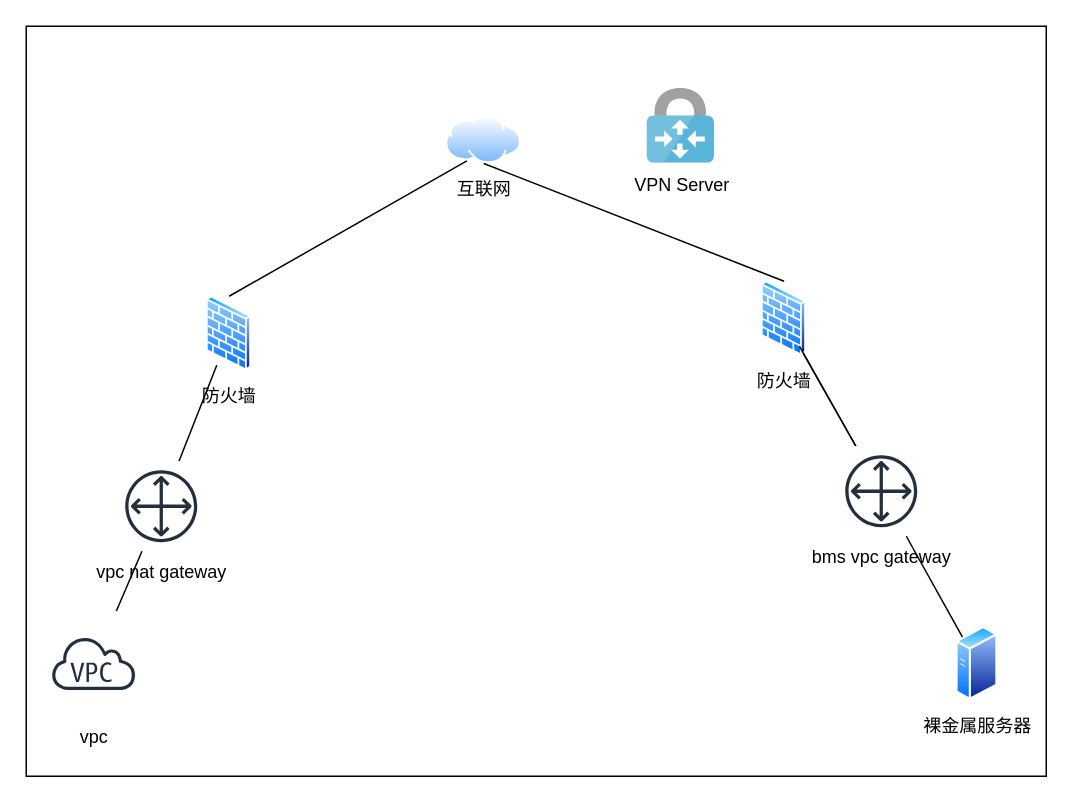
The draw.io diagram page "网络拓扑" (1 of 2) of docs/vpcBmsNetwork.drawio in lucheng0127/vpcBmsNetwork, before the edit. Source tidied: cells renumbered, new cells numbered last; positions are measured from the earlier drawing's top-left corner, leaving out a move shared by most shapes. Both pictures are drawn from the tidied source at 150%, with x=0, y=0 at pixel (26, 26).
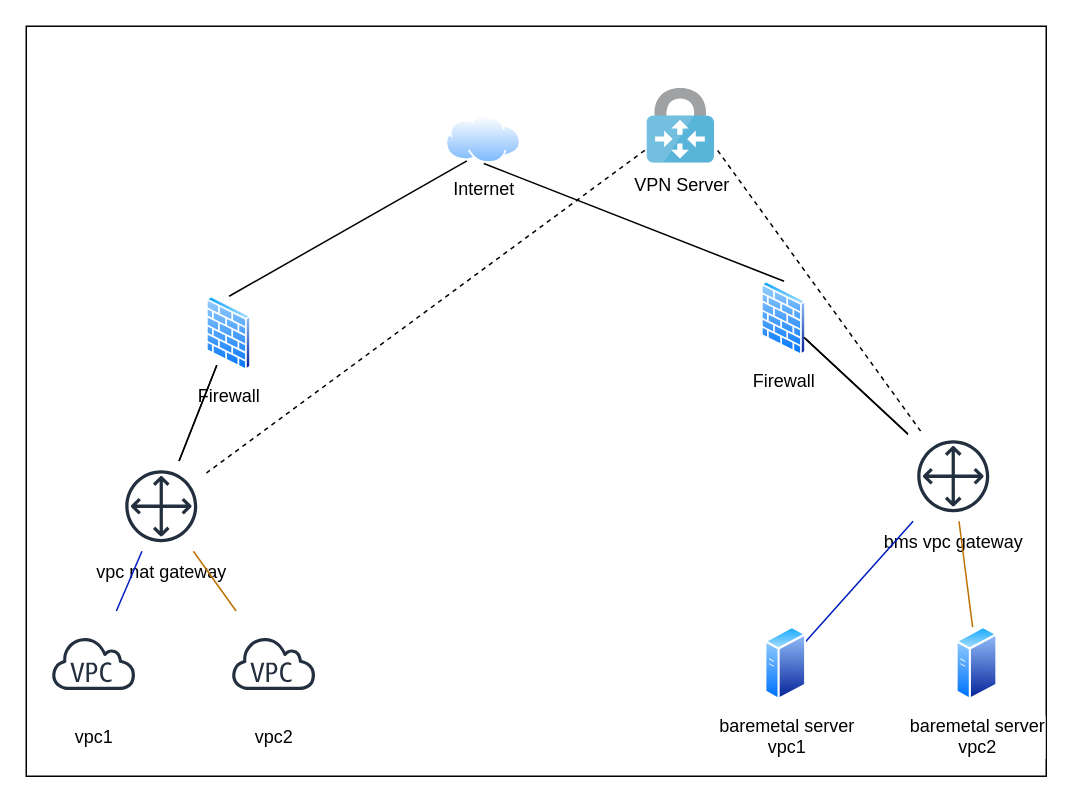
Above is the later version.

The change refers to these unchanged cells:
```xml
<mxCell id="11" value="vpc nat gateway" style="sketch=0;outlineConnect=0;fontColor=#000000;gradientColor=none;strokeColor=#232F3E;fillColor=#ffffff;dashed=0;verticalLabelPosition=bottom;verticalAlign=top;align=center;html=1;fontSize=12;fontStyle=0;shape=mxgraph.aws4.resourceIcon;resIcon=mxgraph.aws4.customer_gateway;labelBackgroundColor=none;" parent="1" vertex="1">
  <mxGeometry x="60" y="290" width="60" height="60" as="geometry" />
</mxCell>
```

Change to the diagram source:
```diff
@@
-    <mxCell id="4" value="防火墙" style="perimeter=ellipsePerimeter;html=1;align=center;shadow=0;dashed=0;spacingTop=3;image;image=img/lib/active_directory/firewall.svg;" parent="1" vertex="1">
+    <mxCell id="4" value="Firewall" style="perimeter=ellipsePerimeter;html=1;align=center;shadow=0;dashed=0;spacingTop=3;image;image=img/lib/active_directory/firewall.svg;" parent="1" vertex="1">
       <mxGeometry x="120" y="180" width="30.5" height="50" as="geometry" />
     </mxCell>
@@
-    <mxCell id="7" value="防火墙" style="perimeter=ellipsePerimeter;html=1;align=center;shadow=0;dashed=0;spacingTop=3;image;image=img/lib/active_directory/firewall.svg;" parent="1" vertex="1">
+    <mxCell id="7" value="Firewall" style="perimeter=ellipsePerimeter;html=1;align=center;shadow=0;dashed=0;spacingTop=3;image;image=img/lib/active_directory/firewall.svg;" parent="1" vertex="1">
       <mxGeometry x="490" y="170" width="30.5" height="50" as="geometry" />
     </mxCell>
@@
-    <mxCell id="9" value="互联网" style="perimeter=ellipsePerimeter;html=1;align=center;shadow=0;dashed=0;spacingTop=3;image;image=img/lib/active_directory/internet_cloud.svg;" parent="1" vertex="1">
+    <mxCell id="9" value="Internet" style="perimeter=ellipsePerimeter;html=1;align=center;shadow=0;dashed=0;spacingTop=3;image;image=img/lib/active_directory/internet_cloud.svg;" parent="1" vertex="1">
       <mxGeometry x="280" y="60" width="50" height="31.5" as="geometry" />
     </mxCell>
@@
+    <mxCell id="18" style="edgeStyle=none;html=1;endArrow=none;endFill=0;" parent="1" edge="1" source="11" target="4">
+      <mxGeometry relative="1" as="geometry" />
+    </mxCell>
+    <mxCell id="19" style="edgeStyle=none;html=1;endArrow=none;endFill=0;dashed=1;" parent="1" edge="1" source="11">
+      <mxGeometry relative="1" as="geometry">
+        <mxPoint x="414" y="81.5" as="targetPoint" />
+      </mxGeometry>
+    </mxCell>
@@
-    <mxCell id="12" style="edgeStyle=none;html=1;fontColor=#FFFFFF;endArrow=none;endFill=0;" parent="1" edge="1" source="13" target="11">
+    <mxCell id="12" style="edgeStyle=none;html=1;endArrow=none;endFill=0;fillColor=#0050ef;strokeColor=#001DBC;" parent="1" edge="1" source="13" target="11">
       <mxGeometry relative="1" as="geometry" />
     </mxCell>
-    <mxCell id="13" value="vpc" style="sketch=0;outlineConnect=0;fontColor=#000000;gradientColor=none;strokeColor=#232F3E;fillColor=#ffffff;dashed=0;verticalLabelPosition=bottom;verticalAlign=top;align=center;html=1;fontSize=12;fontStyle=0;shape=mxgraph.aws4.resourceIcon;resIcon=mxgraph.aws4.virtual_private_cloud;labelBackgroundColor=none;" parent="1" vertex="1">
+    <mxCell id="13" value="vpc1" style="sketch=0;outlineConnect=0;fontColor=#000000;gradientColor=none;strokeColor=#232F3E;fillColor=#ffffff;dashed=0;verticalLabelPosition=bottom;verticalAlign=top;align=center;html=1;fontSize=12;fontStyle=0;shape=mxgraph.aws4.resourceIcon;resIcon=mxgraph.aws4.virtual_private_cloud;labelBackgroundColor=none;" parent="1" vertex="1">
       <mxGeometry x="10" y="390" width="70" height="70" as="geometry" />
     </mxCell>
@@
+    <mxCell id="20" style="edgeStyle=none;html=1;endArrow=none;endFill=0;dashed=1;" parent="1" edge="1" source="15">
+      <mxGeometry relative="1" as="geometry">
+        <mxPoint x="460" y="81.5" as="targetPoint" />
+      </mxGeometry>
+    </mxCell>
     <mxCell id="15" value="bms vpc gateway" style="sketch=0;outlineConnect=0;fontColor=#000000;gradientColor=none;strokeColor=#232F3E;fillColor=#ffffff;dashed=0;verticalLabelPosition=bottom;verticalAlign=top;align=center;html=1;fontSize=12;fontStyle=0;shape=mxgraph.aws4.resourceIcon;resIcon=mxgraph.aws4.customer_gateway;labelBackgroundColor=none;" parent="1" vertex="1">
-      <mxGeometry x="540" y="280" width="60" height="60" as="geometry" />
+      <mxGeometry x="588" y="270" width="60" height="60" as="geometry" />
     </mxCell>
-    <mxCell id="16" style="edgeStyle=none;html=1;fontColor=#FFFFFF;endArrow=none;endFill=0;" parent="1" edge="1" source="17" target="15">
+    <mxCell id="16" style="edgeStyle=none;html=1;fontColor=#FFFFFF;endArrow=none;endFill=0;fillColor=#f0a30a;strokeColor=#BD7000;" parent="1" edge="1" source="17" target="15">
       <mxGeometry relative="1" as="geometry" />
     </mxCell>
-    <mxCell id="17" value="裸金属服务器" style="perimeter=ellipsePerimeter;html=1;align=center;shadow=0;dashed=0;spacingTop=3;image;image=img/lib/active_directory/generic_server.svg;fontColor=#000000;" parent="1" vertex="1">
+    <mxCell id="17" value="baremetal server&lt;br&gt;vpc2" style="perimeter=ellipsePerimeter;html=1;align=center;shadow=0;dashed=0;spacingTop=3;image;image=img/lib/active_directory/generic_server.svg;fontColor=#000000;" parent="1" vertex="1">
       <mxGeometry x="620" y="400" width="28" height="50" as="geometry" />
     </mxCell>
+    <mxCell id="21" style="edgeStyle=none;html=1;endArrow=none;endFill=0;fillColor=#f0a30a;strokeColor=#BD7000;" parent="1" edge="1" source="22" target="11">
+      <mxGeometry relative="1" as="geometry" />
+    </mxCell>
+    <mxCell id="22" value="vpc2" style="sketch=0;outlineConnect=0;fontColor=#000000;gradientColor=none;strokeColor=#232F3E;fillColor=#ffffff;dashed=0;verticalLabelPosition=bottom;verticalAlign=top;align=center;html=1;fontSize=12;fontStyle=0;shape=mxgraph.aws4.resourceIcon;resIcon=mxgraph.aws4.virtual_private_cloud;labelBackgroundColor=none;" parent="1" vertex="1">
+      <mxGeometry x="130" y="390" width="70" height="70" as="geometry" />
+    </mxCell>
+    <mxCell id="23" style="edgeStyle=none;html=1;endArrow=none;endFill=0;fillColor=#0050ef;strokeColor=#001DBC;" parent="1" edge="1" source="24" target="15">
+      <mxGeometry relative="1" as="geometry" />
+    </mxCell>
+    <mxCell id="24" value="baremetal server&lt;br&gt;vpc1" style="perimeter=ellipsePerimeter;html=1;align=center;shadow=0;dashed=0;spacingTop=3;image;image=img/lib/active_directory/generic_server.svg;fontColor=#000000;" parent="1" vertex="1">
+      <mxGeometry x="492.5" y="400" width="28" height="50" as="geometry" />
+    </mxCell>
```
